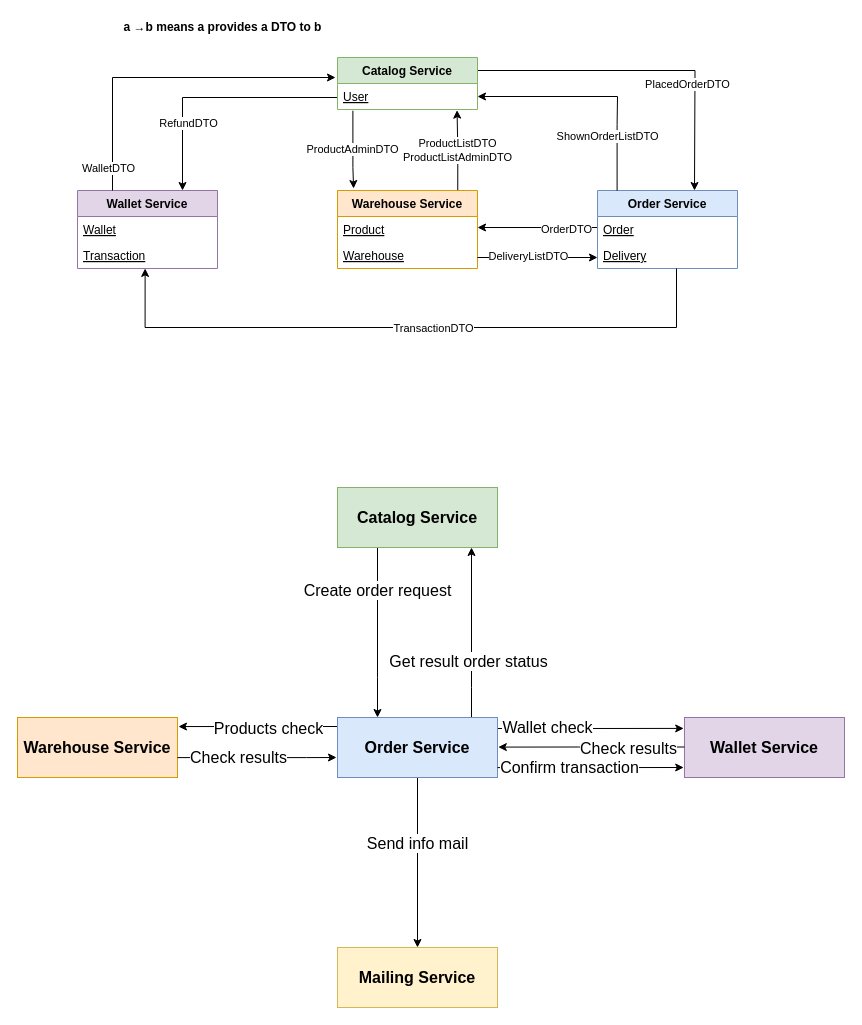
Earlier version of the draw.io diagram page "Page-2" (2 of 3) of images/schema.drawio (franckies/ecommerce-api). Source tidied: cells renumbered, new cells numbered last; positions are measured from the earlier drawing's top-left corner, leaving out a move shared by most shapes. Both pictures are drawn from the tidied source at 100%, with x=0, y=0 at pixel (17, 17).
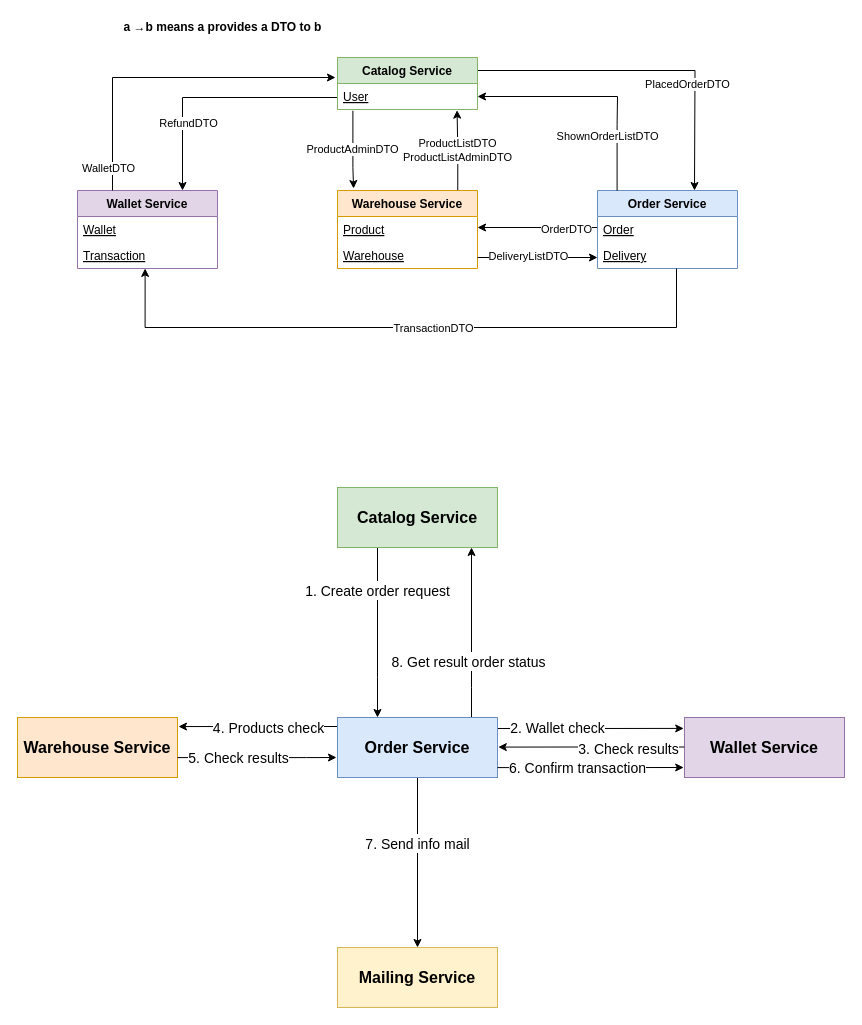
The same diagram, later.

The change refers to these unchanged cells:
```xml
<mxCell id="31" value="Catalog Service" style="rounded=0;whiteSpace=wrap;html=1;fontSize=16;fillColor=#d5e8d4;strokeColor=#82b366;fontStyle=1;" parent="1" vertex="1">
  <mxGeometry x="320" y="470" width="160" height="60" as="geometry" />
</mxCell>
<mxCell id="32" style="edgeStyle=orthogonalEdgeStyle;rounded=0;jettySize=auto;html=1;entryX=1.006;entryY=0.151;entryDx=0;entryDy=0;fontSize=16;entryPerimeter=0;" parent="1" edge="1" source="40" target="42">
  <mxGeometry relative="1" as="geometry">
    <Array as="points">
      <mxPoint x="290" y="709" />
      <mxPoint x="290" y="709" />
    </Array>
  </mxGeometry>
</mxCell>
<mxCell id="34" style="edgeStyle=orthogonalEdgeStyle;rounded=0;jettySize=auto;html=1;entryX=-0.005;entryY=0.182;entryDx=0;entryDy=0;fontSize=16;entryPerimeter=0;" parent="1" edge="1" source="40" target="41">
  <mxGeometry relative="1" as="geometry">
    <Array as="points">
      <mxPoint x="560" y="711" />
      <mxPoint x="560" y="711" />
    </Array>
  </mxGeometry>
</mxCell>
<mxCell id="36" style="edgeStyle=orthogonalEdgeStyle;rounded=0;jettySize=auto;html=1;fontSize=16;" parent="1" edge="1" source="40">
  <mxGeometry relative="1" as="geometry">
    <mxPoint x="454" y="530" as="targetPoint" />
    <Array as="points">
      <mxPoint x="454" y="670" />
      <mxPoint x="454" y="670" />
    </Array>
  </mxGeometry>
</mxCell>
<mxCell id="38" style="edgeStyle=orthogonalEdgeStyle;rounded=0;jettySize=auto;html=1;entryX=0.5;entryY=0;entryDx=0;entryDy=0;fontSize=16;" parent="1" edge="1" source="40" target="43">
  <mxGeometry relative="1" as="geometry" />
</mxCell>
<mxCell id="40" value="Order Service" style="rounded=0;whiteSpace=wrap;html=1;fontSize=16;fillColor=#dae8fc;strokeColor=#6c8ebf;fontStyle=1;" parent="1" vertex="1">
  <mxGeometry x="320" y="700" width="160" height="60" as="geometry" />
</mxCell>
<mxCell id="44" style="edgeStyle=orthogonalEdgeStyle;rounded=0;orthogonalLoop=1;jettySize=auto;html=1;entryX=1.006;entryY=0.151;entryDx=0;entryDy=0;fontSize=16;entryPerimeter=0;" parent="1" edge="1">
  <mxGeometry relative="1" as="geometry">
    <mxPoint x="160" y="740.1" as="sourcePoint" />
    <mxPoint x="319" y="740" as="targetPoint" />
    <Array as="points">
      <mxPoint x="289" y="740" />
      <mxPoint x="289" y="740" />
    </Array>
  </mxGeometry>
</mxCell>
<mxCell id="46" style="edgeStyle=orthogonalEdgeStyle;rounded=0;orthogonalLoop=1;jettySize=auto;html=1;entryX=-0.005;entryY=0.182;entryDx=0;entryDy=0;fontSize=16;entryPerimeter=0;" parent="1" edge="1">
  <mxGeometry relative="1" as="geometry">
    <mxPoint x="667" y="729.5" as="sourcePoint" />
    <mxPoint x="480.8" y="729.6" as="targetPoint" />
    <Array as="points">
      <mxPoint x="560.8" y="729.6" />
      <mxPoint x="560.8" y="729.6" />
    </Array>
  </mxGeometry>
</mxCell>
<mxCell id="48" style="edgeStyle=orthogonalEdgeStyle;rounded=0;orthogonalLoop=1;jettySize=auto;html=1;entryX=-0.005;entryY=0.182;entryDx=0;entryDy=0;fontSize=16;entryPerimeter=0;" parent="1" edge="1">
  <mxGeometry relative="1" as="geometry">
    <mxPoint x="480" y="750.1" as="sourcePoint" />
    <mxPoint x="666.2" y="750" as="targetPoint" />
    <Array as="points">
      <mxPoint x="560" y="750.1" />
      <mxPoint x="560" y="750.1" />
    </Array>
  </mxGeometry>
</mxCell>
```

The edit, as a diff of the source:
```diff
@@
-    <mxCell id="30" value="Create order request" style="edgeStyle=orthogonalEdgeStyle;rounded=0;jettySize=auto;html=1;fontSize=16;" parent="1" edge="1" source="31" target="40">
+    <mxCell id="30" value="&lt;font style=&quot;font-size: 14px&quot;&gt;1. Create order request&lt;/font&gt;" style="edgeStyle=orthogonalEdgeStyle;rounded=0;jettySize=auto;html=1;fontSize=16;" parent="1" edge="1" source="31" target="40">
       <mxGeometry x="-0.5" relative="1" as="geometry">
         <Array as="points">
           <mxPoint x="360" y="660" />
           <mxPoint x="360" y="660" />
         </Array>
       </mxGeometry>
     </mxCell>
@@
-    <mxCell id="33" value="Products check" style="edgeLabel;html=1;align=center;verticalAlign=middle;fontSize=16;" parent="32" vertex="1">
+    <mxCell id="33" value="4. Products check" style="edgeLabel;html=1;align=center;verticalAlign=middle;fontSize=14;" parent="32" vertex="1">
       <mxGeometry x="0.26" y="1" relative="1" as="geometry">
         <mxPoint x="30" as="offset" />
       </mxGeometry>
     </mxCell>
@@
-    <mxCell id="35" value="Wallet check" style="edgeLabel;html=1;align=center;verticalAlign=middle;fontSize=16;" parent="34" vertex="1">
+    <mxCell id="35" value="&lt;font style=&quot;font-size: 14px&quot;&gt;2. Wallet check&lt;/font&gt;" style="edgeLabel;html=1;align=center;verticalAlign=middle;fontSize=16;" parent="34" vertex="1">
       <mxGeometry x="0.3" y="6" relative="1" as="geometry">
-        <mxPoint x="-71.4" y="5" as="offset" />
+        <mxPoint x="-61.4" y="5" as="offset" />
       </mxGeometry>
     </mxCell>
@@
-    <mxCell id="37" value="Get result order status" style="edgeLabel;html=1;align=center;verticalAlign=middle;fontSize=16;" parent="36" vertex="1">
+    <mxCell id="37" value="&lt;font style=&quot;font-size: 14px&quot;&gt;8. Get result order status&lt;/font&gt;" style="edgeLabel;html=1;align=center;verticalAlign=middle;fontSize=16;" parent="36" vertex="1">
       <mxGeometry x="-0.33" y="4" relative="1" as="geometry" />
     </mxCell>
@@
-    <mxCell id="39" value="Send info mail" style="edgeLabel;html=1;align=center;verticalAlign=middle;fontSize=16;" parent="38" vertex="1">
+    <mxCell id="39" value="&lt;font style=&quot;font-size: 14px&quot;&gt;7. Send info mail&lt;/font&gt;" style="edgeLabel;html=1;align=center;verticalAlign=middle;fontSize=16;" parent="38" vertex="1">
       <mxGeometry x="-0.24" y="-1" relative="1" as="geometry" />
     </mxCell>
@@
-    <mxCell id="45" value="Check results" style="edgeLabel;html=1;align=center;verticalAlign=middle;fontSize=16;" parent="44" vertex="1">
+    <mxCell id="45" value="&lt;font style=&quot;font-size: 14px&quot;&gt;5. Check results&lt;/font&gt;" style="edgeLabel;html=1;align=center;verticalAlign=middle;fontSize=16;" parent="44" vertex="1">
       <mxGeometry x="0.26" y="1" relative="1" as="geometry">
         <mxPoint x="-40" as="offset" />
       </mxGeometry>
     </mxCell>
@@
-    <mxCell id="47" value="Check results" style="edgeLabel;html=1;align=center;verticalAlign=middle;fontSize=16;" parent="46" vertex="1">
+    <mxCell id="47" value="&lt;font style=&quot;font-size: 14px&quot;&gt;3. Check results&lt;/font&gt;" style="edgeLabel;html=1;align=center;verticalAlign=middle;fontSize=16;" parent="46" vertex="1">
       <mxGeometry x="0.3" y="6" relative="1" as="geometry">
         <mxPoint x="64" y="-5.5" as="offset" />
       </mxGeometry>
     </mxCell>
@@
-    <mxCell id="49" value="Confirm transaction" style="edgeLabel;html=1;align=center;verticalAlign=middle;fontSize=16;" parent="48" vertex="1">
+    <mxCell id="49" value="&lt;font style=&quot;font-size: 14px&quot;&gt;6. Confirm transaction&lt;/font&gt;" style="edgeLabel;html=1;align=center;verticalAlign=middle;fontSize=16;" parent="48" vertex="1">
       <mxGeometry x="0.3" y="6" relative="1" as="geometry">
-        <mxPoint x="-49.1" y="5.9" as="offset" />
+        <mxPoint x="-41" y="5.9" as="offset" />
       </mxGeometry>
     </mxCell>
```
